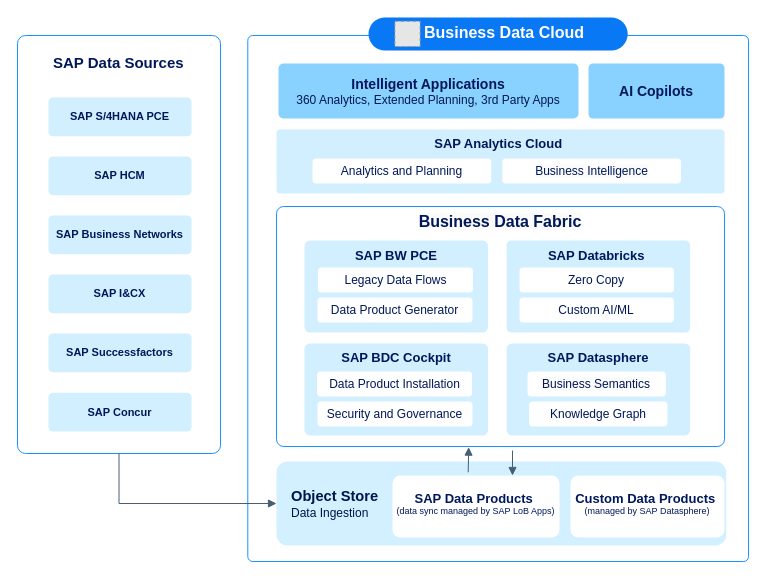
SAP/architecture-center keeps this draw.io diagram as page "Page-1" (1 of 2) of docs/ref-arch/RA0013/drawio/sap-bdc.drawio. Above is the earlier version. Source tidied: cells renumbered, new cells numbered last; positions are measured from the earlier drawing's top-left corner, leaving out a move shared by most shapes. Both pictures are drawn from the tidied source at 100%, with x=0, y=0 at pixel (17, 17). Pictures stored in the file or linked from it are replaced by grey dashed boxes.
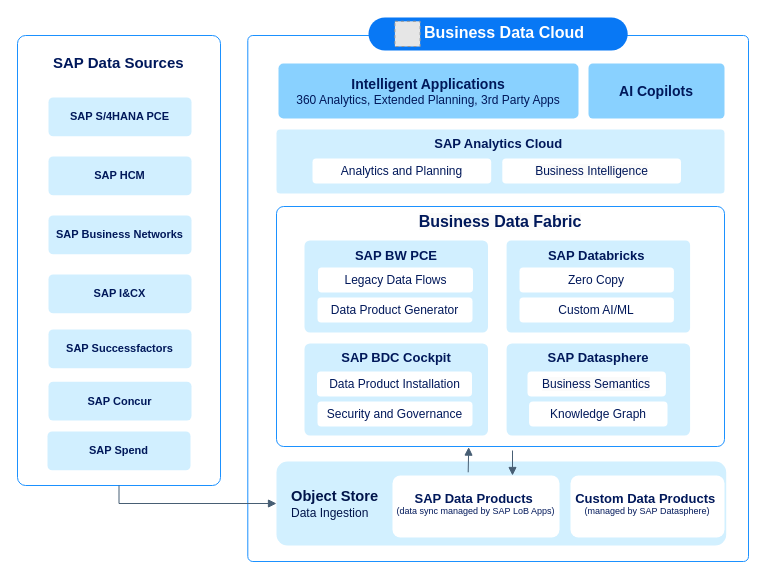
Above is the later version.

What changed in the source:
```diff
@@
     <mxCell id="6" style="rounded=1;whiteSpace=wrap;html=1;align=center;fontStyle=1;verticalAlign=middle;strokeColor=light-dark(#1b91ff, #6a6a6a);fillColor=default;strokeWidth=1;fontSize=12;fontFamily=Helvetica;fontColor=default;arcSize=4;" parent="1" vertex="1">
-      <mxGeometry y="18" width="203" height="418" as="geometry" />
+      <mxGeometry y="18" width="203" height="450" as="geometry" />
     </mxCell>
@@
     <mxCell id="36" value="&lt;font&gt;&lt;span&gt;SAP Successfactors&lt;/span&gt;&lt;/font&gt;" style="rounded=1;whiteSpace=wrap;html=1;strokeColor=none;strokeWidth=1.5;fillColor=#D1EFFF;align=center;verticalAlign=middle;fontSize=11;fontFamily=Helvetica;fontColor=light-dark(#00185A,#CCDDFF);arcSize=12;flipV=0;flipH=1;fontStyle=1;gradientColor=none;gradientDirection=south;" parent="1" vertex="1">
-      <mxGeometry x="31" y="316" width="143" height="38.8" as="geometry" />
+      <mxGeometry x="31" y="312" width="143" height="38.8" as="geometry" />
     </mxCell>
     <mxCell id="37" value="&lt;font&gt;&lt;span&gt;SAP Concur&lt;/span&gt;&lt;/font&gt;" style="rounded=1;whiteSpace=wrap;html=1;strokeColor=none;strokeWidth=1.5;fillColor=#D1EFFF;align=center;verticalAlign=middle;fontSize=11;fontFamily=Helvetica;fontColor=light-dark(#00185A,#CCDDFF);arcSize=12;flipV=0;flipH=1;fontStyle=1;gradientColor=none;gradientDirection=south;" parent="1" vertex="1">
-      <mxGeometry x="31" y="375.2" width="143" height="38.8" as="geometry" />
+      <mxGeometry x="31" y="364.2" width="143" height="38.8" as="geometry" />
     </mxCell>
@@
+    <mxCell id="44" value="&lt;font&gt;&lt;span&gt;SAP Spend&lt;/span&gt;&lt;/font&gt;" style="rounded=1;whiteSpace=wrap;html=1;strokeColor=none;strokeWidth=1.5;fillColor=#D1EFFF;align=center;verticalAlign=middle;fontSize=11;fontFamily=Helvetica;fontColor=light-dark(#00185A,#CCDDFF);arcSize=12;flipV=0;flipH=1;fontStyle=1;gradientColor=none;gradientDirection=south;" parent="1" vertex="1">
+      <mxGeometry x="30" y="414" width="143" height="38.8" as="geometry" />
+    </mxCell>
```
